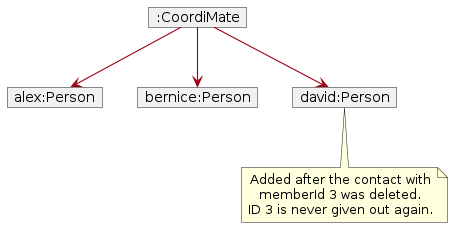
AY2627S1-CS2103T-W12-3/tp keeps this PlantUML diagram as diagrams/MemberIdObjectDiagram.png. Above is the earlier version. Its source is kept beside it as diagrams/MemberIdObjectDiagram.puml.
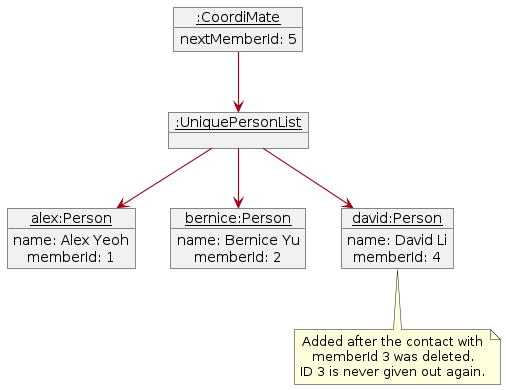
The same diagram one commit later.

Diff of the diagram source:
```diff
@@ -1,30 +1,34 @@
 @startuml
 !include style.puml
+show members
 skinparam arrowThickness 1.1
 skinparam arrowColor MODEL_COLOR
 
-object ":CoordiMate" as coordiMate {
-  nextMemberId = 5
+object "<u>:CoordiMate</u>" as coordiMate {
+  nextMemberId: 5
 }
 
-object "alex:Person" as alex {
-  name = Alex Yeoh
-  memberId = 1
+object "<u>alex:Person</u>" as alex {
+  name: Alex Yeoh
+  memberId: 1
 }
 
-object "bernice:Person" as bernice {
-  name = Bernice Yu
-  memberId = 2
+object "<u>bernice:Person</u>" as bernice {
+  name: Bernice Yu
+  memberId: 2
 }
 
-object "david:Person" as david {
-  name = David Li
-  memberId = 4
+object "<u>david:Person</u>" as david {
+  name: David Li
+  memberId: 4
 }
 
-coordiMate --> alex
-coordiMate --> bernice
-coordiMate --> david
+object "<u>:UniquePersonList</u>" as persons
+
+coordiMate --> persons
+persons --> alex
+persons --> bernice
+persons --> david
 
 note bottom of david
   Added after the contact with
```
